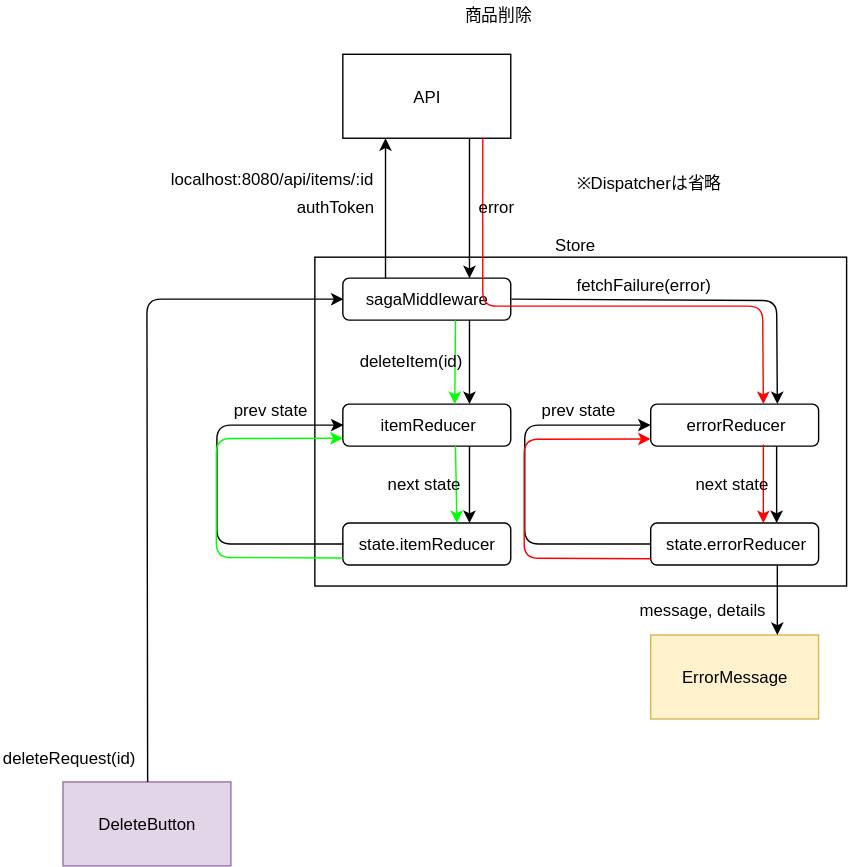
Above: diagram/dataFlow/delete.svg in emgniddikur/react-app (draw.io), before the change. Source tidied: cells renumbered, new cells last; positions are measured from the earlier drawing's top-left corner, leaving out a move shared by most shapes.
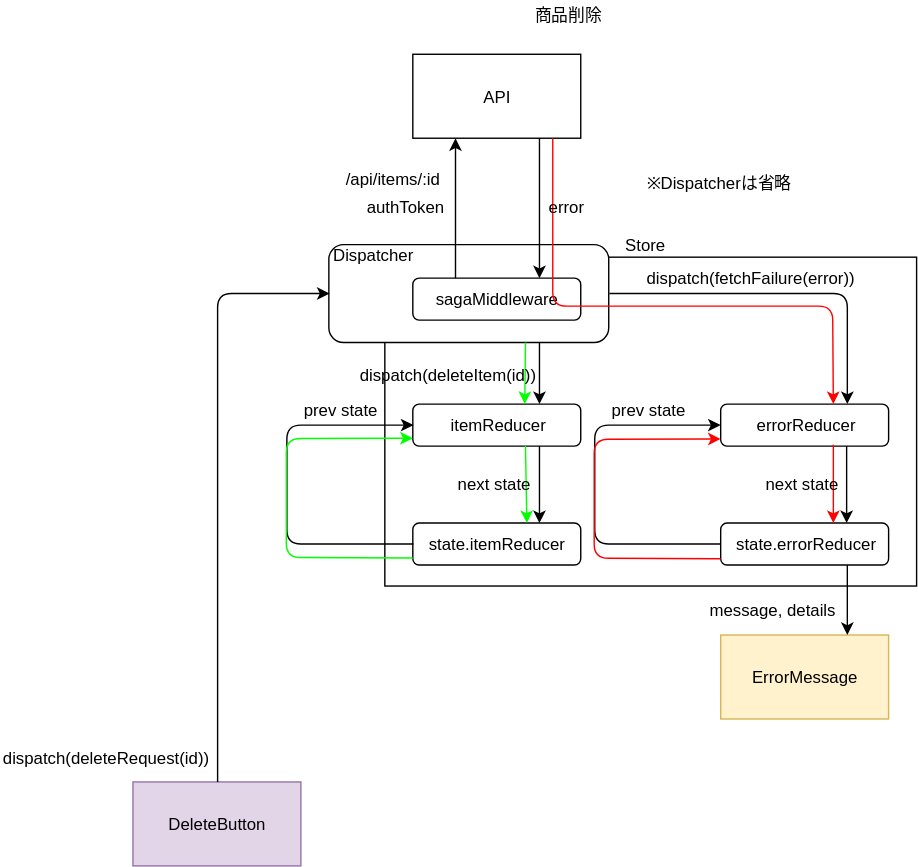
The same diagram one commit later.

What changed in the source:
```diff
@@ -5,6 +5,9 @@
     <mxCell id="2" style="rounded=0;whiteSpace=wrap;html=1;" parent="1" vertex="1">
       <mxGeometry x="224.5" y="182" width="380" height="235" as="geometry" />
     </mxCell>
+    <mxCell id="41" value="Dispatcher&amp;nbsp; &amp;nbsp; &amp;nbsp; &amp;nbsp; &amp;nbsp; &amp;nbsp; &amp;nbsp; &amp;nbsp; &amp;nbsp; &amp;nbsp; &amp;nbsp; &amp;nbsp; &amp;nbsp; &amp;nbsp; &amp;nbsp; &amp;nbsp; &amp;nbsp; &amp;nbsp; &amp;nbsp; &amp;nbsp; &amp;nbsp; &amp;nbsp; &amp;nbsp; &amp;nbsp;&lt;br&gt;&lt;br&gt;&lt;br&gt;&lt;br&gt;" style="rounded=1;whiteSpace=wrap;html=1;" parent="1" vertex="1">
+      <mxGeometry x="184.5" y="173" width="200" height="70" as="geometry" />
+    </mxCell>
     <mxCell id="3" value="API&lt;br&gt;" style="rounded=0;whiteSpace=wrap;html=1;" parent="1" vertex="1">
       <mxGeometry x="244.5" y="37" width="120" height="60" as="geometry" />
     </mxCell>
@@ -20,22 +23,22 @@
     <mxCell id="7" value="itemReducer" style="rounded=1;whiteSpace=wrap;html=1;" parent="1" vertex="1">
       <mxGeometry x="244.5" y="287" width="120" height="30" as="geometry" />
     </mxCell>
-    <mxCell id="8" style="endArrow=classic;html=1;entryX=0.75;entryY=0;entryDx=0;entryDy=0;exitX=0.75;exitY=1;exitDx=0;exitDy=0;" parent="1" edge="1" source="4" target="7">
+    <mxCell id="8" style="endArrow=classic;html=1;entryX=0.75;entryY=0;entryDx=0;entryDy=0;exitX=0.75;exitY=1;exitDx=0;exitDy=0;" parent="1" edge="1" source="41" target="7">
       <mxGeometry relative="1" as="geometry" />
     </mxCell>
     <mxCell id="9" value="authToken" style="text;html=1;align=left;verticalAlign=top;spacingTop=-4;" parent="1" vertex="1">
       <mxGeometry x="209.5" y="137" width="70" height="20" as="geometry" />
     </mxCell>
-    <mxCell id="10" value="localhost:8080/api/items/:id" style="text;html=1;align=left;verticalAlign=top;spacingTop=-4;" parent="1" vertex="1">
-      <mxGeometry x="120" y="117" width="160" height="20" as="geometry" />
+    <mxCell id="10" value="/api/items/:id" style="text;html=1;align=left;verticalAlign=top;spacingTop=-4;" parent="1" vertex="1">
+      <mxGeometry x="194.5" y="117" width="80" height="20" as="geometry" />
     </mxCell>
     <mxCell id="11" value="errorReducer&lt;br&gt;" style="rounded=1;whiteSpace=wrap;html=1;" parent="1" vertex="1">
       <mxGeometry x="464.5" y="287" width="120" height="30" as="geometry" />
     </mxCell>
-    <mxCell id="12" style="endArrow=classic;html=1;entryX=0.75;entryY=0;entryDx=0;entryDy=0;exitX=1;exitY=0.5;exitDx=0;exitDy=0;" parent="1" edge="1" source="4" target="11">
+    <mxCell id="12" style="endArrow=classic;html=1;entryX=0.75;entryY=0;entryDx=0;entryDy=0;exitX=1;exitY=0.5;exitDx=0;exitDy=0;" parent="1" edge="1" source="41" target="11">
       <mxGeometry relative="1" as="geometry">
         <Array as="points">
-          <mxPoint x="554.5" y="213" />
+          <mxPoint x="555" y="208" />
         </Array>
       </mxGeometry>
     </mxCell>
@@ -80,8 +83,8 @@
     <mxCell id="20" value="prev state" style="text;html=1;align=left;verticalAlign=top;spacingTop=-4;" parent="1" vertex="1">
       <mxGeometry x="384.5" y="282" width="70" height="20" as="geometry" />
     </mxCell>
-    <mxCell id="21" value="fetchFailure(error)" style="text;html=1;align=left;verticalAlign=top;spacingTop=-4;" parent="1" vertex="1">
-      <mxGeometry x="409.5" y="193" width="110" height="20" as="geometry" />
+    <mxCell id="21" value="dispatch(fetchFailure(error))" style="text;html=1;align=left;verticalAlign=top;spacingTop=-4;" parent="1" vertex="1">
+      <mxGeometry x="409.5" y="188" width="160" height="20" as="geometry" />
     </mxCell>
     <mxCell id="22" value="DeleteButton" style="rounded=0;whiteSpace=wrap;html=1;fillColor=#e1d5e7;strokeColor=#9673a6;" parent="1" vertex="1">
       <mxGeometry x="44.5" y="557" width="120" height="60" as="geometry" />
@@ -95,15 +98,15 @@
     <mxCell id="25" value="message, details&lt;br&gt;" style="text;html=1;align=left;verticalAlign=top;spacingTop=-4;" parent="1" vertex="1">
       <mxGeometry x="454.5" y="424.5" width="110" height="20" as="geometry" />
     </mxCell>
-    <mxCell id="26" style="endArrow=classic;html=1;entryX=0;entryY=0.5;entryDx=0;entryDy=0;exitX=0.5;exitY=0;exitDx=0;exitDy=0;" parent="1" edge="1" source="22" target="4">
+    <mxCell id="26" style="endArrow=classic;html=1;exitX=0.5;exitY=0;exitDx=0;exitDy=0;entryX=0;entryY=0.5;entryDx=0;entryDy=0;" parent="1" edge="1" source="22" target="41">
       <mxGeometry relative="1" as="geometry">
         <Array as="points">
-          <mxPoint x="104.5" y="212" />
+          <mxPoint x="105" y="208" />
         </Array>
       </mxGeometry>
     </mxCell>
-    <mxCell id="27" value="deleteRequest(id)" style="text;html=1;align=left;verticalAlign=top;spacingTop=-4;" parent="1" vertex="1">
-      <mxGeometry y="531" width="110" height="20" as="geometry" />
+    <mxCell id="27" value="dispatch(deleteRequest(id))" style="text;html=1;align=left;verticalAlign=top;spacingTop=-4;" parent="1" vertex="1">
+      <mxGeometry x="-50" y="531" width="160" height="20" as="geometry" />
     </mxCell>
     <mxCell id="28" style="endArrow=classic;html=1;strokeColor=#FF0000;entryX=0.667;entryY=0.013;entryDx=0;entryDy=0;entryPerimeter=0;" parent="1" edge="1" target="11">
       <mxGeometry relative="1" as="geometry">
@@ -117,8 +120,9 @@
     <mxCell id="29" style="endArrow=classic;html=1;strokeColor=#FF0000;exitX=0.671;exitY=0.983;exitDx=0;exitDy=0;exitPerimeter=0;entryX=0.671;entryY=0;entryDx=0;entryDy=0;entryPerimeter=0;" parent="1" edge="1" source="11" target="16">
       <mxGeometry relative="1" as="geometry" />
     </mxCell>
-    <mxCell id="30" style="endArrow=classic;html=1;strokeColor=#00FF00;exitX=0.671;exitY=1;exitDx=0;exitDy=0;exitPerimeter=0;" parent="1" edge="1" source="4">
+    <mxCell id="30" style="endArrow=classic;html=1;strokeColor=#00FF00;" parent="1" edge="1">
       <mxGeometry relative="1" as="geometry">
+        <mxPoint x="325" y="243" as="sourcePoint" />
         <mxPoint x="324.5" y="287" as="targetPoint" />
       </mxGeometry>
     </mxCell>
@@ -139,8 +143,8 @@
     <mxCell id="33" value="error" style="text;html=1;align=left;verticalAlign=top;spacingTop=-4;" parent="1" vertex="1">
       <mxGeometry x="339.5" y="137" width="40" height="20" as="geometry" />
     </mxCell>
-    <mxCell id="34" value="deleteItem(id)" style="text;html=1;align=left;verticalAlign=top;spacingTop=-4;" parent="1" vertex="1">
-      <mxGeometry x="254.5" y="247" width="90" height="20" as="geometry" />
+    <mxCell id="34" value="dispatch(deleteItem(id))" style="text;html=1;align=left;verticalAlign=top;spacingTop=-4;" parent="1" vertex="1">
+      <mxGeometry x="204.5" y="257" width="140" height="20" as="geometry" />
     </mxCell>
     <mxCell id="35" value="next state" style="text;html=1;align=left;verticalAlign=top;spacingTop=-4;" parent="1" vertex="1">
       <mxGeometry x="494.5" y="334.5" width="70" height="20" as="geometry" />
```
